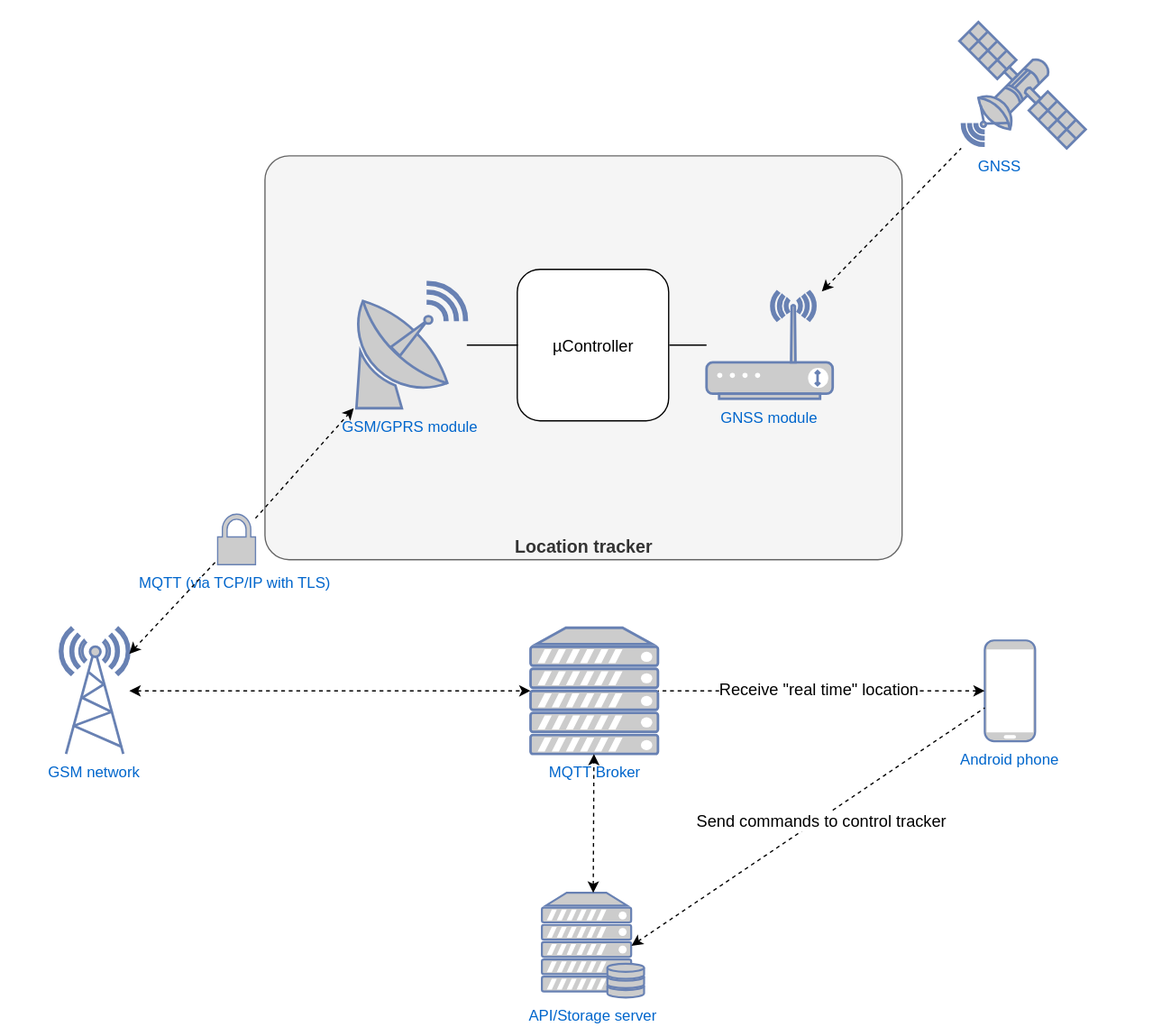
Earlier version of the draw.io export docs/concept.svg (moritzschramm/location-tracker). Source tidied: cells renumbered, new cells last; positions are measured from the earlier drawing's top-left corner, leaving out a move shared by most shapes.
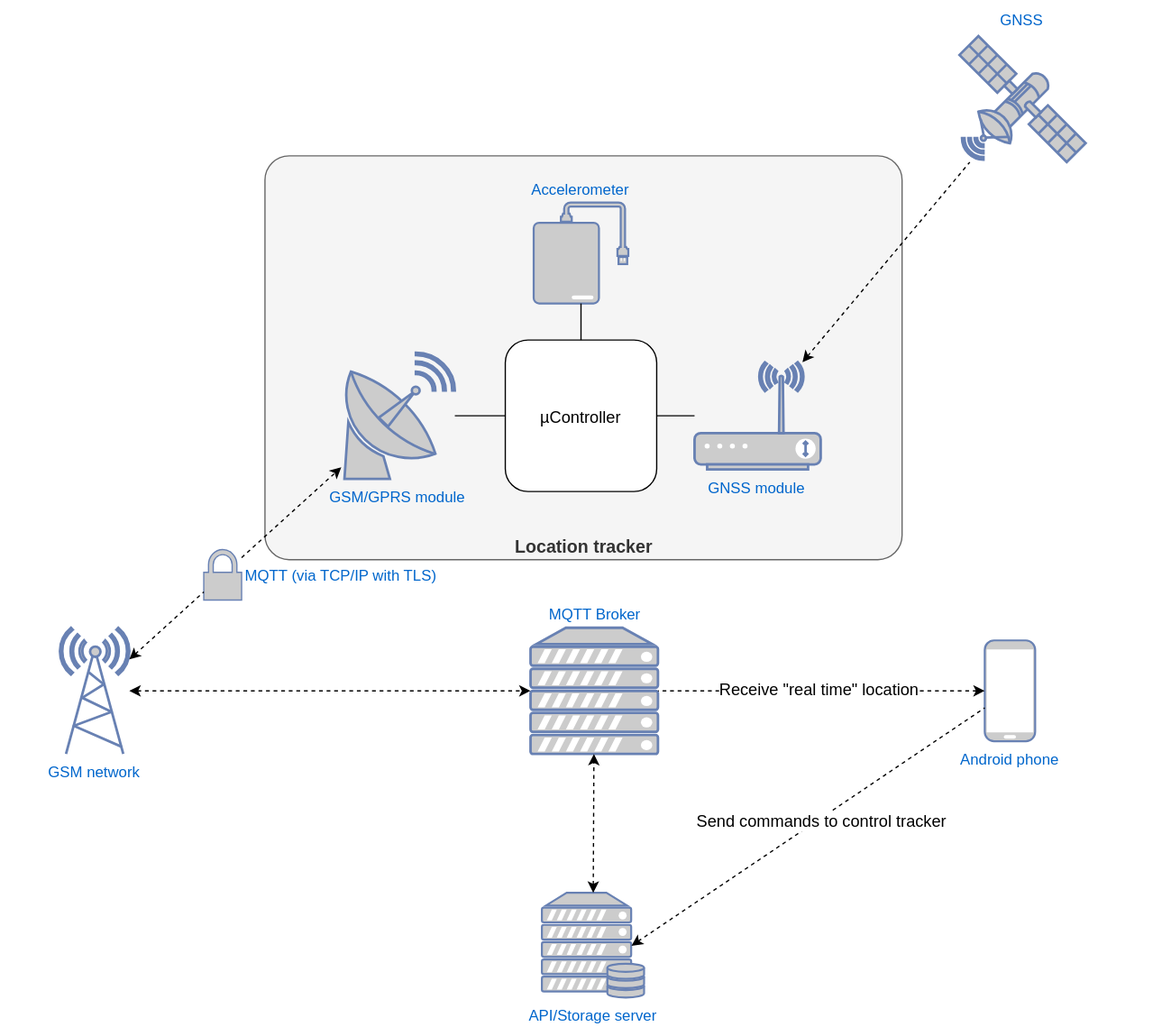
Above is the later version.

What changed in the source:
```diff
@@ -9,7 +9,7 @@
       <mxGeometry x="209.5" y="123" width="505" height="320" as="geometry" />
     </mxCell>
     <mxCell id="4" value="µController" style="rounded=1;whiteSpace=wrap;html=1;shadow=0;fontSize=13;" parent="1" vertex="1">
-      <mxGeometry x="409.5" y="213" width="120" height="120" as="geometry" />
+      <mxGeometry x="400" y="269" width="120" height="120" as="geometry" />
     </mxCell>
     <mxCell id="5" style="endArrow=none;html=1;fontSize=13;entryX=0;entryY=0.5;entryDx=0;entryDy=0;" parent="1" edge="1" source="9" target="4">
       <mxGeometry relative="1" as="geometry" />
@@ -17,17 +17,17 @@
     <mxCell id="6" style="endArrow=none;html=1;fontSize=13;entryX=1;entryY=0.5;entryDx=0;entryDy=0;" parent="1" edge="1" source="10" target="4">
       <mxGeometry relative="1" as="geometry" />
     </mxCell>
-    <mxCell id="7" value="GNSS" style="fontColor=#0066CC;verticalAlign=top;verticalLabelPosition=bottom;labelPosition=center;align=center;html=1;outlineConnect=0;fillColor=#CCCCCC;strokeColor=#6881B3;gradientColor=none;gradientDirection=north;strokeWidth=2;shape=mxgraph.networks.satellite;shadow=0;spacingLeft=-36;" parent="1" vertex="1">
-      <mxGeometry x="760" y="17" width="100" height="100" as="geometry" />
+    <mxCell id="7" value="GNSS" style="fontColor=#0066CC;verticalAlign=bottom;verticalLabelPosition=top;labelPosition=center;align=center;outlineConnect=0;fillColor=#CCCCCC;strokeColor=#6881B3;gradientColor=none;gradientDirection=north;strokeWidth=2;shape=mxgraph.networks.satellite;shadow=0;spacingLeft=0;" parent="1" vertex="1">
+      <mxGeometry x="760" y="28" width="100" height="100" as="geometry" />
     </mxCell>
     <mxCell id="8" style="endArrow=none;dashed=1;html=1;fontSize=13;startArrow=classic;startFill=1;" parent="1" edge="1" source="10" target="7">
       <mxGeometry relative="1" as="geometry" />
     </mxCell>
     <mxCell id="9" value="GSM/GPRS module" style="fontColor=#0066CC;verticalAlign=top;verticalLabelPosition=bottom;labelPosition=center;align=center;html=1;outlineConnect=0;fillColor=#CCCCCC;strokeColor=#6881B3;gradientColor=none;gradientDirection=north;strokeWidth=2;shape=mxgraph.networks.satellite_dish;shadow=0;" parent="1" vertex="1">
-      <mxGeometry x="279.5" y="223" width="90" height="100" as="geometry" />
+      <mxGeometry x="270" y="279" width="90" height="100" as="geometry" />
     </mxCell>
     <mxCell id="10" value="GNSS module" style="fontColor=#0066CC;verticalAlign=top;verticalLabelPosition=bottom;labelPosition=center;align=center;html=1;outlineConnect=0;fillColor=#CCCCCC;strokeColor=#6881B3;gradientColor=none;gradientDirection=north;strokeWidth=2;shape=mxgraph.networks.wireless_modem;shadow=0;" parent="1" vertex="1">
-      <mxGeometry x="559.5" y="230.5" width="100" height="85" as="geometry" />
+      <mxGeometry x="550" y="286.5" width="100" height="85" as="geometry" />
     </mxCell>
     <mxCell id="11" value="GSM network" style="fontColor=#0066CC;verticalAlign=top;verticalLabelPosition=bottom;labelPosition=center;align=center;html=1;outlineConnect=0;fillColor=#CCCCCC;strokeColor=#6881B3;gradientColor=none;gradientDirection=north;strokeWidth=2;shape=mxgraph.networks.radio_tower;shadow=0;" parent="1" vertex="1">
       <mxGeometry x="47" y="497" width="55" height="100" as="geometry" />
@@ -35,8 +35,8 @@
     <mxCell id="12" style="endArrow=classic;dashed=1;html=1;fontSize=13;startArrow=none;startFill=0;endFill=1;" parent="1" edge="1" source="13" target="9">
       <mxGeometry relative="1" as="geometry" />
     </mxCell>
-    <mxCell id="13" value="MQTT (via TCP/IP with TLS)" style="fontColor=#0066CC;verticalAlign=top;verticalLabelPosition=bottom;labelPosition=center;align=center;html=1;outlineConnect=0;fillColor=#CCCCCC;strokeColor=#6881B3;gradientColor=none;gradientDirection=north;strokeWidth=2;shape=mxgraph.networks.secured;shadow=0;" parent="1" vertex="1">
-      <mxGeometry x="172" y="407" width="30" height="40" as="geometry" />
+    <mxCell id="13" value="MQTT (via TCP/IP with TLS)" style="fontColor=#0066CC;verticalAlign=middle;verticalLabelPosition=middle;labelPosition=right;align=left;html=1;outlineConnect=0;fillColor=#CCCCCC;strokeColor=#6881B3;gradientColor=none;gradientDirection=north;strokeWidth=2;shape=mxgraph.networks.secured;shadow=0;labelBackgroundColor=#FFFFFF;" parent="1" vertex="1">
+      <mxGeometry x="161" y="435" width="30" height="40" as="geometry" />
     </mxCell>
     <mxCell id="14" style="endArrow=none;dashed=1;html=1;fontSize=13;startArrow=classic;startFill=1;endFill=0;" parent="1" edge="1" source="11" target="13">
       <mxGeometry relative="1" as="geometry" />
@@ -44,7 +44,7 @@
     <mxCell id="15" value="Android phone" style="fontColor=#0066CC;verticalAlign=top;verticalLabelPosition=bottom;labelPosition=center;align=center;html=1;outlineConnect=0;fillColor=#CCCCCC;strokeColor=#6881B3;gradientColor=none;gradientDirection=north;strokeWidth=2;shape=mxgraph.networks.mobile;shadow=0;" parent="1" vertex="1">
       <mxGeometry x="780" y="507" width="40" height="80" as="geometry" />
     </mxCell>
-    <mxCell id="16" value="MQTT Broker" style="fontColor=#0066CC;verticalAlign=top;verticalLabelPosition=bottom;labelPosition=center;align=center;html=1;outlineConnect=0;fillColor=#CCCCCC;strokeColor=#6881B3;gradientColor=none;gradientDirection=north;strokeWidth=2;shape=mxgraph.networks.server;shadow=0;spacingLeft=3;" parent="1" vertex="1">
+    <mxCell id="16" value="MQTT Broker" style="fontColor=#0066CC;verticalAlign=bottom;verticalLabelPosition=top;labelPosition=center;align=center;html=1;outlineConnect=0;fillColor=#CCCCCC;strokeColor=#6881B3;gradientColor=none;gradientDirection=north;strokeWidth=2;shape=mxgraph.networks.server;shadow=0;spacingLeft=3;" parent="1" vertex="1">
       <mxGeometry x="420" y="497" width="101" height="100" as="geometry" />
     </mxCell>
     <mxCell id="17" value="API/Storage server" style="fontColor=#0066CC;verticalAlign=top;verticalLabelPosition=bottom;labelPosition=center;align=center;html=1;outlineConnect=0;fillColor=#CCCCCC;strokeColor=#6881B3;gradientColor=none;gradientDirection=north;strokeWidth=2;shape=mxgraph.networks.server_storage;shadow=0;" parent="1" vertex="1">
@@ -70,5 +70,11 @@
     <mxCell id="23" value="Send commands to control tracker" style="text;html=1;align=center;verticalAlign=middle;labelBackgroundColor=#ffffff;fontSize=13;" parent="22" vertex="1">
       <mxGeometry x="0.07" y="-1" relative="1" as="geometry" />
     </mxCell>
+    <mxCell id="24" value="Accelerometer" style="fontColor=#0066CC;verticalAlign=bottom;verticalLabelPosition=top;labelPosition=center;align=center;html=1;outlineConnect=0;fillColor=#CCCCCC;strokeColor=#6881B3;gradientColor=none;gradientDirection=north;strokeWidth=2;shape=mxgraph.networks.external_storage;labelBackgroundColor=none;" parent="1" vertex="1">
+      <mxGeometry x="422.5" y="160" width="75" height="80" as="geometry" />
+    </mxCell>
+    <mxCell id="25" style="endArrow=none;html=1;fontColor=#0066CC;entryX=0.5;entryY=0;entryDx=0;entryDy=0;" parent="1" edge="1" source="24" target="4">
+      <mxGeometry relative="1" as="geometry" />
+    </mxCell>
   </root>
 </mxGraphModel>
```
